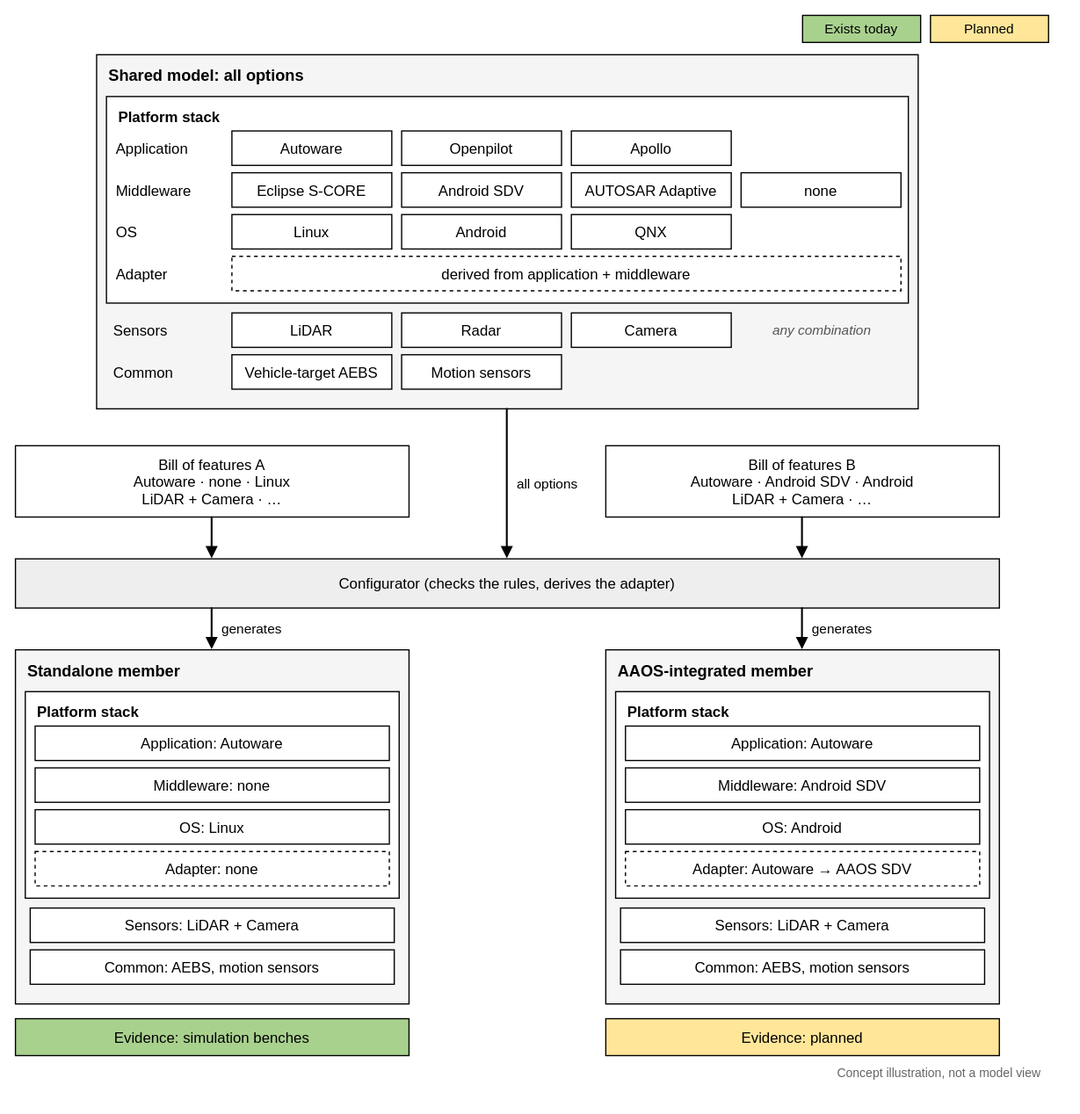
de4sdv/DE4SDV keeps this draw.io diagram as docs/getting-started/concept-product-line.drawio.svg. Above is the earlier version. Source tidied: cells renumbered, new cells last; positions are measured from the earlier drawing's top-left corner, leaving out a move shared by most shapes. Its diagram source:
```xml
<mxGraphModel background="#ffffff">
  <root>
    <mxCell id="0" />
    <mxCell id="1" parent="0" />
    <mxCell id="2" value="Planned" style="rounded=0;html=0;strokeColor=#000000;strokeWidth=1;fontSize=11;fontFamily=Helvetica;fontColor=#000000;fillColor=#ffe699;" parent="1" vertex="1">
      <mxGeometry x="744" width="96" height="22" as="geometry" />
    </mxCell>
    <mxCell id="3" value="Exists today" style="rounded=0;html=0;strokeColor=#000000;strokeWidth=1;fontSize=11;fontFamily=Helvetica;fontColor=#000000;fillColor=#a9d18e;" parent="1" vertex="1">
      <mxGeometry x="640" width="96" height="22" as="geometry" />
    </mxCell>
    <mxCell id="4" value="Shared model: all options" style="rounded=0;html=0;fillColor=#f5f5f5;strokeColor=#000000;strokeWidth=1;verticalAlign=top;align=left;spacingLeft=8;spacingTop=3;fontStyle=1;fontSize=13;fontFamily=Helvetica;fontColor=#000000;" parent="1" vertex="1">
      <mxGeometry x="66" y="32" width="668" height="288" as="geometry" />
    </mxCell>
    <mxCell id="5" value="Platform stack" style="rounded=0;html=0;fillColor=#ffffff;strokeColor=#000000;strokeWidth=1;verticalAlign=top;align=left;spacingLeft=8;spacingTop=3;fontStyle=1;fontSize=12;fontFamily=Helvetica;fontColor=#000000;" parent="4" vertex="1">
      <mxGeometry x="8" y="34" width="652" height="168" as="geometry" />
    </mxCell>
    <mxCell id="6" value="Application" style="text;html=0;align=left;verticalAlign=middle;fontSize=12;strokeColor=none;fillColor=none;fontFamily=Helvetica;fontColor=#000000;" parent="5" vertex="1">
      <mxGeometry x="6" y="28" width="96" height="28" as="geometry" />
    </mxCell>
    <mxCell id="7" value="Autoware" style="rounded=0;html=0;strokeColor=#000000;strokeWidth=1;fontSize=12;fontFamily=Helvetica;fontColor=#000000;fillColor=#ffffff;" parent="5" vertex="1">
      <mxGeometry x="102" y="28" width="130" height="28" as="geometry" />
    </mxCell>
    <mxCell id="8" value="Openpilot" style="rounded=0;html=0;strokeColor=#000000;strokeWidth=1;fontSize=12;fontFamily=Helvetica;fontColor=#000000;fillColor=#ffffff;" parent="5" vertex="1">
      <mxGeometry x="240" y="28" width="130" height="28" as="geometry" />
    </mxCell>
    <mxCell id="9" value="Apollo" style="rounded=0;html=0;strokeColor=#000000;strokeWidth=1;fontSize=12;fontFamily=Helvetica;fontColor=#000000;fillColor=#ffffff;" parent="5" vertex="1">
      <mxGeometry x="378" y="28" width="130" height="28" as="geometry" />
    </mxCell>
    <mxCell id="10" value="Middleware" style="text;html=0;align=left;verticalAlign=middle;fontSize=12;strokeColor=none;fillColor=none;fontFamily=Helvetica;fontColor=#000000;" parent="5" vertex="1">
      <mxGeometry x="6" y="62" width="96" height="28" as="geometry" />
    </mxCell>
    <mxCell id="11" value="Eclipse S-CORE" style="rounded=0;html=0;strokeColor=#000000;strokeWidth=1;fontSize=12;fontFamily=Helvetica;fontColor=#000000;fillColor=#ffffff;" parent="5" vertex="1">
      <mxGeometry x="102" y="62" width="130" height="28" as="geometry" />
    </mxCell>
    <mxCell id="12" value="Android SDV" style="rounded=0;html=0;strokeColor=#000000;strokeWidth=1;fontSize=12;fontFamily=Helvetica;fontColor=#000000;fillColor=#ffffff;" parent="5" vertex="1">
      <mxGeometry x="240" y="62" width="130" height="28" as="geometry" />
    </mxCell>
    <mxCell id="13" value="AUTOSAR Adaptive" style="rounded=0;html=0;strokeColor=#000000;strokeWidth=1;fontSize=12;fontFamily=Helvetica;fontColor=#000000;fillColor=#ffffff;" parent="5" vertex="1">
      <mxGeometry x="378" y="62" width="130" height="28" as="geometry" />
    </mxCell>
    <mxCell id="14" value="none" style="rounded=0;html=0;strokeColor=#000000;strokeWidth=1;fontSize=12;fontFamily=Helvetica;fontColor=#000000;fillColor=#ffffff;" parent="5" vertex="1">
      <mxGeometry x="516" y="62" width="130" height="28" as="geometry" />
    </mxCell>
    <mxCell id="15" value="OS" style="text;html=0;align=left;verticalAlign=middle;fontSize=12;strokeColor=none;fillColor=none;fontFamily=Helvetica;fontColor=#000000;" parent="5" vertex="1">
      <mxGeometry x="6" y="96" width="96" height="28" as="geometry" />
    </mxCell>
    <mxCell id="16" value="Linux" style="rounded=0;html=0;strokeColor=#000000;strokeWidth=1;fontSize=12;fontFamily=Helvetica;fontColor=#000000;fillColor=#ffffff;" parent="5" vertex="1">
      <mxGeometry x="102" y="96" width="130" height="28" as="geometry" />
    </mxCell>
    <mxCell id="17" value="Android" style="rounded=0;html=0;strokeColor=#000000;strokeWidth=1;fontSize=12;fontFamily=Helvetica;fontColor=#000000;fillColor=#ffffff;" parent="5" vertex="1">
      <mxGeometry x="240" y="96" width="130" height="28" as="geometry" />
    </mxCell>
    <mxCell id="18" value="QNX" style="rounded=0;html=0;strokeColor=#000000;strokeWidth=1;fontSize=12;fontFamily=Helvetica;fontColor=#000000;fillColor=#ffffff;" parent="5" vertex="1">
      <mxGeometry x="378" y="96" width="130" height="28" as="geometry" />
    </mxCell>
    <mxCell id="19" value="Adapter" style="text;html=0;align=left;verticalAlign=middle;fontSize=12;strokeColor=none;fillColor=none;fontFamily=Helvetica;fontColor=#000000;" parent="5" vertex="1">
      <mxGeometry x="6" y="130" width="96" height="28" as="geometry" />
    </mxCell>
    <mxCell id="20" value="derived from application + middleware" style="rounded=0;html=0;strokeColor=#000000;strokeWidth=1;fontSize=12;fontFamily=Helvetica;fontColor=#000000;fillColor=#ffffff;dashed=1;" parent="5" vertex="1">
      <mxGeometry x="102" y="130" width="544" height="28" as="geometry" />
    </mxCell>
    <mxCell id="21" value="Sensors" style="text;html=0;align=left;verticalAlign=middle;fontSize=12;strokeColor=none;fillColor=none;fontFamily=Helvetica;fontColor=#000000;" parent="4" vertex="1">
      <mxGeometry x="12" y="210" width="96" height="28" as="geometry" />
    </mxCell>
    <mxCell id="22" value="LiDAR" style="rounded=0;html=0;strokeColor=#000000;strokeWidth=1;fontSize=12;fontFamily=Helvetica;fontColor=#000000;fillColor=#ffffff;" parent="4" vertex="1">
      <mxGeometry x="110" y="210" width="130" height="28" as="geometry" />
    </mxCell>
    <mxCell id="23" value="Radar" style="rounded=0;html=0;strokeColor=#000000;strokeWidth=1;fontSize=12;fontFamily=Helvetica;fontColor=#000000;fillColor=#ffffff;" parent="4" vertex="1">
      <mxGeometry x="248" y="210" width="130" height="28" as="geometry" />
    </mxCell>
    <mxCell id="24" value="Camera" style="rounded=0;html=0;strokeColor=#000000;strokeWidth=1;fontSize=12;fontFamily=Helvetica;fontColor=#000000;fillColor=#ffffff;" parent="4" vertex="1">
      <mxGeometry x="386" y="210" width="130" height="28" as="geometry" />
    </mxCell>
    <mxCell id="25" value="any combination" style="text;html=0;align=center;verticalAlign=middle;spacingLeft=2;fontSize=11;fontStyle=2;strokeColor=none;fillColor=none;fontFamily=Helvetica;fontColor=#555555;" parent="4" vertex="1">
      <mxGeometry x="524" y="210" width="130" height="28" as="geometry" />
    </mxCell>
    <mxCell id="26" value="Common" style="text;html=0;align=left;verticalAlign=middle;fontSize=12;strokeColor=none;fillColor=none;fontFamily=Helvetica;fontColor=#000000;" parent="4" vertex="1">
      <mxGeometry x="12" y="244" width="96" height="28" as="geometry" />
    </mxCell>
    <mxCell id="27" value="Vehicle-target AEBS" style="rounded=0;html=0;strokeColor=#000000;strokeWidth=1;fontSize=12;fontFamily=Helvetica;fontColor=#000000;fillColor=#ffffff;" parent="4" vertex="1">
      <mxGeometry x="110" y="244" width="130" height="28" as="geometry" />
    </mxCell>
    <mxCell id="28" value="Motion sensors" style="rounded=0;html=0;strokeColor=#000000;strokeWidth=1;fontSize=12;fontFamily=Helvetica;fontColor=#000000;fillColor=#ffffff;" parent="4" vertex="1">
      <mxGeometry x="248" y="244" width="130" height="28" as="geometry" />
    </mxCell>
    <mxCell id="29" value="Bill of features A&#10;Autoware · none · Linux&#10;LiDAR + Camera · …" style="rounded=0;html=0;strokeColor=#000000;strokeWidth=1;fontSize=12;fontFamily=Helvetica;fontColor=#000000;fillColor=#ffffff;" parent="1" vertex="1">
      <mxGeometry y="350" width="320" height="58" as="geometry" />
    </mxCell>
    <mxCell id="30" value="Bill of features B&#10;Autoware · Android SDV · Android&#10;LiDAR + Camera · …" style="rounded=0;html=0;strokeColor=#000000;strokeWidth=1;fontSize=12;fontFamily=Helvetica;fontColor=#000000;fillColor=#ffffff;" parent="1" vertex="1">
      <mxGeometry x="480" y="350" width="320" height="58" as="geometry" />
    </mxCell>
    <mxCell id="31" value="Configurator (checks the rules, derives the adapter)" style="rounded=0;html=0;strokeColor=#000000;strokeWidth=1;fontSize=12;fontFamily=Helvetica;fontColor=#000000;fillColor=#eeeeee;" parent="1" vertex="1">
      <mxGeometry y="442" width="800" height="40" as="geometry" />
    </mxCell>
    <mxCell id="32" value="all options" style="edgeStyle=orthogonalEdgeStyle;rounded=0;html=0;endArrow=block;endFill=1;strokeColor=#000000;strokeWidth=1.5;fontSize=11;verticalAlign=bottom;labelBackgroundColor=none;fontFamily=Helvetica;fontColor=#000000;exitX=0.5;exitY=1;entryX=0.5;entryY=0;verticalAlign=middle;align=left;" parent="1" edge="1" source="4" target="31">
      <mxGeometry relative="1" as="geometry">
        <mxPoint x="6" as="offset" />
      </mxGeometry>
    </mxCell>
    <mxCell id="33" style="edgeStyle=orthogonalEdgeStyle;rounded=0;html=0;endArrow=block;endFill=1;strokeColor=#000000;strokeWidth=1.5;fontSize=11;verticalAlign=bottom;labelBackgroundColor=none;fontFamily=Helvetica;fontColor=#000000;exitX=0.5;exitY=1;entryX=0.2000;entryY=0;" parent="1" edge="1" source="29" target="31">
      <mxGeometry relative="1" as="geometry" />
    </mxCell>
    <mxCell id="34" style="edgeStyle=orthogonalEdgeStyle;rounded=0;html=0;endArrow=block;endFill=1;strokeColor=#000000;strokeWidth=1.5;fontSize=11;verticalAlign=bottom;labelBackgroundColor=none;fontFamily=Helvetica;fontColor=#000000;exitX=0.5;exitY=1;entryX=0.8000;entryY=0;" parent="1" edge="1" source="30" target="31">
      <mxGeometry relative="1" as="geometry" />
    </mxCell>
    <mxCell id="35" value="Standalone member" style="rounded=0;html=0;fillColor=#f5f5f5;strokeColor=#000000;strokeWidth=1;verticalAlign=top;align=left;spacingLeft=8;spacingTop=3;fontStyle=1;fontSize=13;fontFamily=Helvetica;fontColor=#000000;" parent="1" vertex="1">
      <mxGeometry y="516" width="320" height="288" as="geometry" />
    </mxCell>
    <mxCell id="36" value="Platform stack" style="rounded=0;html=0;fillColor=#ffffff;strokeColor=#000000;strokeWidth=1;verticalAlign=top;align=left;spacingLeft=8;spacingTop=3;fontStyle=1;fontSize=12;fontFamily=Helvetica;fontColor=#000000;" parent="35" vertex="1">
      <mxGeometry x="8" y="34" width="304" height="168" as="geometry" />
    </mxCell>
    <mxCell id="37" value="Application: Autoware" style="rounded=0;html=0;strokeColor=#000000;strokeWidth=1;fontSize=12;fontFamily=Helvetica;fontColor=#000000;fillColor=#ffffff;" parent="36" vertex="1">
      <mxGeometry x="8" y="28" width="288" height="28" as="geometry" />
    </mxCell>
    <mxCell id="38" value="Middleware: none" style="rounded=0;html=0;strokeColor=#000000;strokeWidth=1;fontSize=12;fontFamily=Helvetica;fontColor=#000000;fillColor=#ffffff;" parent="36" vertex="1">
      <mxGeometry x="8" y="62" width="288" height="28" as="geometry" />
    </mxCell>
    <mxCell id="39" value="OS: Linux" style="rounded=0;html=0;strokeColor=#000000;strokeWidth=1;fontSize=12;fontFamily=Helvetica;fontColor=#000000;fillColor=#ffffff;" parent="36" vertex="1">
      <mxGeometry x="8" y="96" width="288" height="28" as="geometry" />
    </mxCell>
    <mxCell id="40" value="Adapter: none" style="rounded=0;html=0;strokeColor=#000000;strokeWidth=1;fontSize=12;fontFamily=Helvetica;fontColor=#000000;fillColor=#ffffff;dashed=1;" parent="36" vertex="1">
      <mxGeometry x="8" y="130" width="288" height="28" as="geometry" />
    </mxCell>
    <mxCell id="41" value="Sensors: LiDAR + Camera" style="rounded=0;html=0;strokeColor=#000000;strokeWidth=1;fontSize=12;fontFamily=Helvetica;fontColor=#000000;fillColor=#ffffff;" parent="35" vertex="1">
      <mxGeometry x="12" y="210" width="296" height="28" as="geometry" />
    </mxCell>
    <mxCell id="42" value="Common: AEBS, motion sensors" style="rounded=0;html=0;strokeColor=#000000;strokeWidth=1;fontSize=12;fontFamily=Helvetica;fontColor=#000000;fillColor=#ffffff;" parent="35" vertex="1">
      <mxGeometry x="12" y="244" width="296" height="28" as="geometry" />
    </mxCell>
    <mxCell id="43" value="generates" style="edgeStyle=orthogonalEdgeStyle;rounded=0;html=0;endArrow=block;endFill=1;strokeColor=#000000;strokeWidth=1.5;fontSize=11;verticalAlign=bottom;labelBackgroundColor=none;fontFamily=Helvetica;fontColor=#000000;exitX=0.2000;exitY=1;entryX=0.5;entryY=0;verticalAlign=middle;align=left;" parent="1" edge="1" source="31" target="35">
      <mxGeometry relative="1" as="geometry">
        <mxPoint x="6" as="offset" />
      </mxGeometry>
    </mxCell>
    <mxCell id="44" value="Evidence: simulation benches" style="rounded=0;html=0;strokeColor=#000000;strokeWidth=1;fontSize=12;fontFamily=Helvetica;fontColor=#000000;fillColor=#a9d18e;" parent="1" vertex="1">
      <mxGeometry y="816" width="320" height="30" as="geometry" />
    </mxCell>
    <mxCell id="45" value="AAOS-integrated member" style="rounded=0;html=0;fillColor=#f5f5f5;strokeColor=#000000;strokeWidth=1;verticalAlign=top;align=left;spacingLeft=8;spacingTop=3;fontStyle=1;fontSize=13;fontFamily=Helvetica;fontColor=#000000;" parent="1" vertex="1">
      <mxGeometry x="480" y="516" width="320" height="288" as="geometry" />
    </mxCell>
    <mxCell id="46" value="Platform stack" style="rounded=0;html=0;fillColor=#ffffff;strokeColor=#000000;strokeWidth=1;verticalAlign=top;align=left;spacingLeft=8;spacingTop=3;fontStyle=1;fontSize=12;fontFamily=Helvetica;fontColor=#000000;" parent="45" vertex="1">
      <mxGeometry x="8" y="34" width="304" height="168" as="geometry" />
    </mxCell>
    <mxCell id="47" value="Application: Autoware" style="rounded=0;html=0;strokeColor=#000000;strokeWidth=1;fontSize=12;fontFamily=Helvetica;fontColor=#000000;fillColor=#ffffff;" parent="46" vertex="1">
      <mxGeometry x="8" y="28" width="288" height="28" as="geometry" />
    </mxCell>
    <mxCell id="48" value="Middleware: Android SDV" style="rounded=0;html=0;strokeColor=#000000;strokeWidth=1;fontSize=12;fontFamily=Helvetica;fontColor=#000000;fillColor=#ffffff;" parent="46" vertex="1">
      <mxGeometry x="8" y="62" width="288" height="28" as="geometry" />
    </mxCell>
    <mxCell id="49" value="OS: Android" style="rounded=0;html=0;strokeColor=#000000;strokeWidth=1;fontSize=12;fontFamily=Helvetica;fontColor=#000000;fillColor=#ffffff;" parent="46" vertex="1">
      <mxGeometry x="8" y="96" width="288" height="28" as="geometry" />
    </mxCell>
    <mxCell id="50" value="Adapter: Autoware → AAOS SDV" style="rounded=0;html=0;strokeColor=#000000;strokeWidth=1;fontSize=12;fontFamily=Helvetica;fontColor=#000000;fillColor=#ffffff;dashed=1;" parent="46" vertex="1">
      <mxGeometry x="8" y="130" width="288" height="28" as="geometry" />
    </mxCell>
    <mxCell id="51" value="Sensors: LiDAR + Camera" style="rounded=0;html=0;strokeColor=#000000;strokeWidth=1;fontSize=12;fontFamily=Helvetica;fontColor=#000000;fillColor=#ffffff;" parent="45" vertex="1">
      <mxGeometry x="12" y="210" width="296" height="28" as="geometry" />
    </mxCell>
    <mxCell id="52" value="Common: AEBS, motion sensors" style="rounded=0;html=0;strokeColor=#000000;strokeWidth=1;fontSize=12;fontFamily=Helvetica;fontColor=#000000;fillColor=#ffffff;" parent="45" vertex="1">
      <mxGeometry x="12" y="244" width="296" height="28" as="geometry" />
    </mxCell>
    <mxCell id="53" value="generates" style="edgeStyle=orthogonalEdgeStyle;rounded=0;html=0;endArrow=block;endFill=1;strokeColor=#000000;strokeWidth=1.5;fontSize=11;verticalAlign=bottom;labelBackgroundColor=none;fontFamily=Helvetica;fontColor=#000000;exitX=0.8000;exitY=1;entryX=0.5;entryY=0;verticalAlign=middle;align=left;" parent="1" edge="1" source="31" target="45">
      <mxGeometry relative="1" as="geometry">
        <mxPoint x="6" as="offset" />
      </mxGeometry>
    </mxCell>
    <mxCell id="54" value="Evidence: planned" style="rounded=0;html=0;strokeColor=#000000;strokeWidth=1;fontSize=12;fontFamily=Helvetica;fontColor=#000000;fillColor=#ffe699;" parent="1" vertex="1">
      <mxGeometry x="480" y="816" width="320" height="30" as="geometry" />
    </mxCell>
    <mxCell id="55" value="Concept illustration, not a model view" style="text;html=0;align=right;verticalAlign=middle;spacingRight=4;fontSize=10;fontFamily=Helvetica;fontColor=#666666;strokeColor=none;fillColor=none;" parent="1" vertex="1">
      <mxGeometry x="540" y="852" width="300" height="16" as="geometry" />
    </mxCell>
  </root>
</mxGraphModel>
```
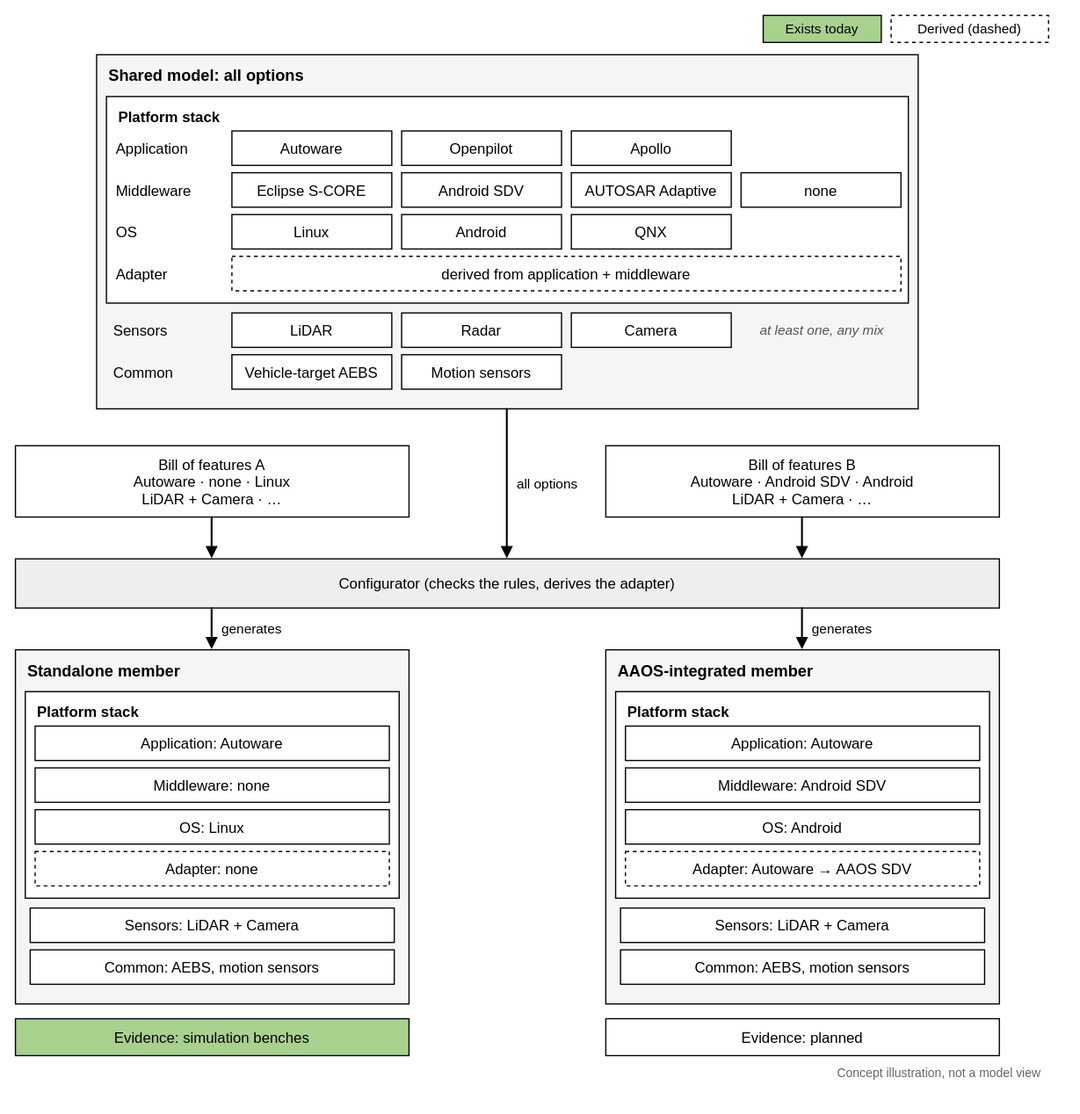
After the change.

Change to the diagram source:
```diff
@@ -2,11 +2,11 @@
   <root>
     <mxCell id="0" />
     <mxCell id="1" parent="0" />
-    <mxCell id="2" value="Planned" style="rounded=0;html=0;strokeColor=#000000;strokeWidth=1;fontSize=11;fontFamily=Helvetica;fontColor=#000000;fillColor=#ffe699;" parent="1" vertex="1">
-      <mxGeometry x="744" width="96" height="22" as="geometry" />
+    <mxCell id="2" value="Exists today" style="rounded=0;html=0;strokeColor=#000000;strokeWidth=1;fontSize=11;fontFamily=Helvetica;fontColor=#000000;fillColor=#a9d18e;" parent="1" vertex="1">
+      <mxGeometry x="608" width="96" height="22" as="geometry" />
     </mxCell>
-    <mxCell id="3" value="Exists today" style="rounded=0;html=0;strokeColor=#000000;strokeWidth=1;fontSize=11;fontFamily=Helvetica;fontColor=#000000;fillColor=#a9d18e;" parent="1" vertex="1">
-      <mxGeometry x="640" width="96" height="22" as="geometry" />
+    <mxCell id="3" value="Derived (dashed)" style="rounded=0;html=0;strokeColor=#000000;strokeWidth=1;fontSize=11;fontFamily=Helvetica;fontColor=#000000;fillColor=#ffffff;dashed=1;" parent="1" vertex="1">
+      <mxGeometry x="712" width="128" height="22" as="geometry" />
     </mxCell>
     <mxCell id="4" value="Shared model: all options" style="rounded=0;html=0;fillColor=#f5f5f5;strokeColor=#000000;strokeWidth=1;verticalAlign=top;align=left;spacingLeft=8;spacingTop=3;fontStyle=1;fontSize=13;fontFamily=Helvetica;fontColor=#000000;" parent="1" vertex="1">
       <mxGeometry x="66" y="32" width="668" height="288" as="geometry" />
@@ -71,7 +71,7 @@
     <mxCell id="24" value="Camera" style="rounded=0;html=0;strokeColor=#000000;strokeWidth=1;fontSize=12;fontFamily=Helvetica;fontColor=#000000;fillColor=#ffffff;" parent="4" vertex="1">
       <mxGeometry x="386" y="210" width="130" height="28" as="geometry" />
     </mxCell>
-    <mxCell id="25" value="any combination" style="text;html=0;align=center;verticalAlign=middle;spacingLeft=2;fontSize=11;fontStyle=2;strokeColor=none;fillColor=none;fontFamily=Helvetica;fontColor=#555555;" parent="4" vertex="1">
+    <mxCell id="25" value="at least one, any mix" style="text;html=0;align=center;verticalAlign=middle;spacingLeft=2;fontSize=11;fontStyle=2;strokeColor=none;fillColor=none;fontFamily=Helvetica;fontColor=#555555;" parent="4" vertex="1">
       <mxGeometry x="524" y="210" width="130" height="28" as="geometry" />
     </mxCell>
     <mxCell id="26" value="Common" style="text;html=0;align=left;verticalAlign=middle;fontSize=12;strokeColor=none;fillColor=none;fontFamily=Helvetica;fontColor=#000000;" parent="4" vertex="1">
@@ -164,7 +164,7 @@
         <mxPoint x="6" as="offset" />
       </mxGeometry>
     </mxCell>
-    <mxCell id="54" value="Evidence: planned" style="rounded=0;html=0;strokeColor=#000000;strokeWidth=1;fontSize=12;fontFamily=Helvetica;fontColor=#000000;fillColor=#ffe699;" parent="1" vertex="1">
+    <mxCell id="54" value="Evidence: planned" style="rounded=0;html=0;strokeColor=#000000;strokeWidth=1;fontSize=12;fontFamily=Helvetica;fontColor=#000000;fillColor=#ffffff;" parent="1" vertex="1">
       <mxGeometry x="480" y="816" width="320" height="30" as="geometry" />
     </mxCell>
     <mxCell id="55" value="Concept illustration, not a model view" style="text;html=0;align=right;verticalAlign=middle;spacingRight=4;fontSize=10;fontFamily=Helvetica;fontColor=#666666;strokeColor=none;fillColor=none;" parent="1" vertex="1">
```
